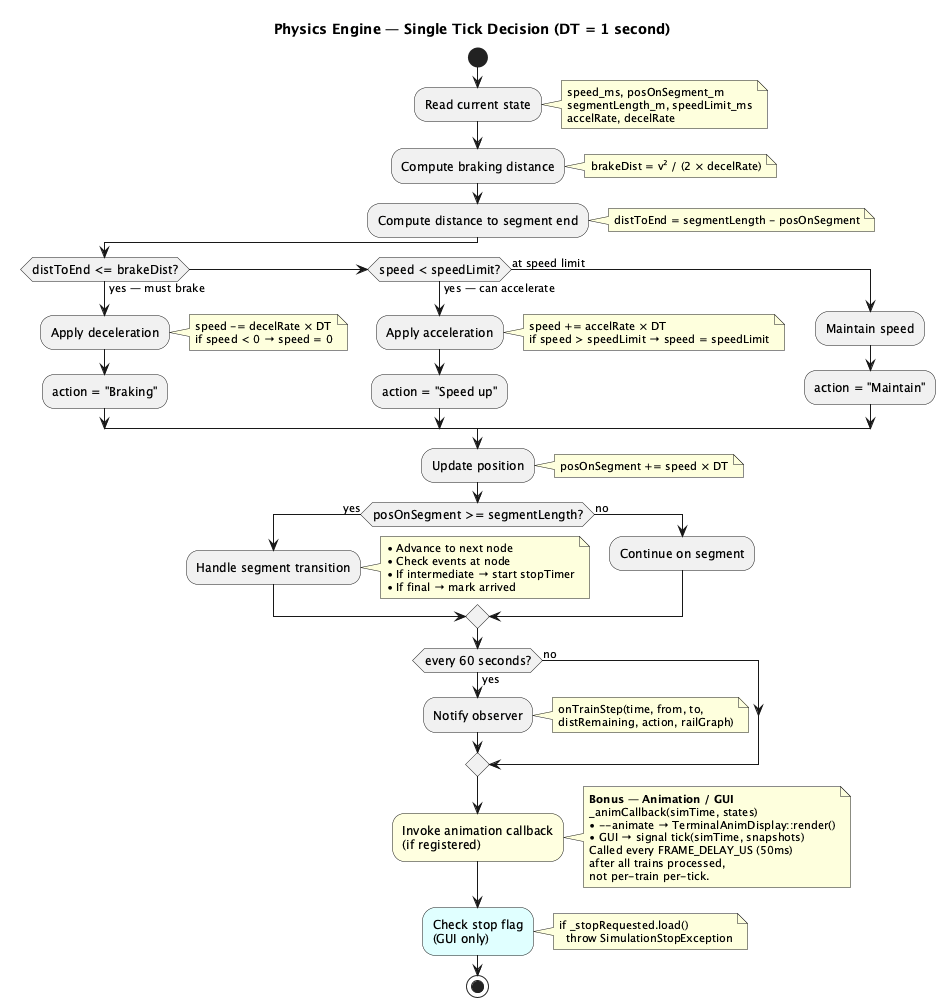
Before: docs/diagrams/activity_physics_tick.png, a diagram exported from PlantUML (abaiao-r/Module_05_Train_yourself).
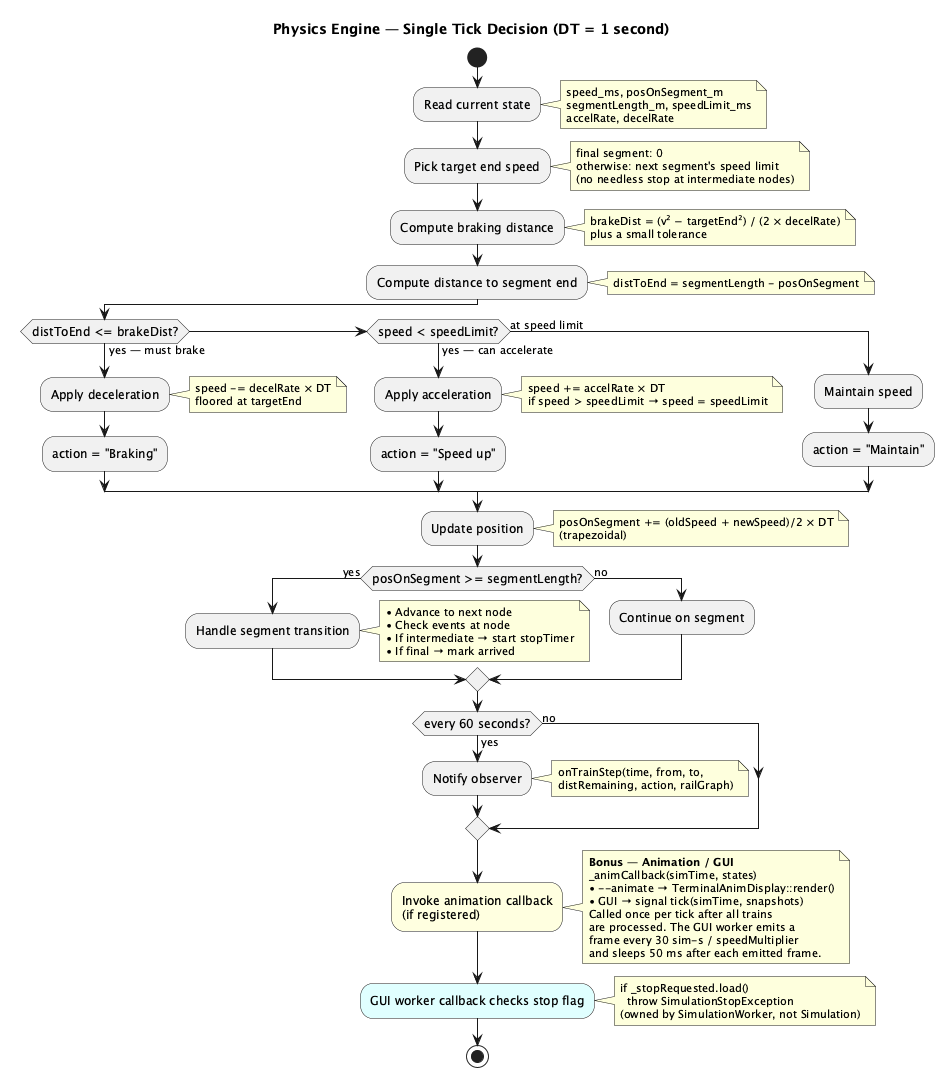
The same diagram one commit later.

What changed in the source:
```diff
@@ -15,9 +15,17 @@
   accelRate, decelRate
 end note
 
+:Pick target end speed;
+note right
+  final segment: 0
+  otherwise: next segment's speed limit
+  (no needless stop at intermediate nodes)
+end note
+
 :Compute braking distance;
 note right
-  brakeDist = v² / (2 × decelRate)
+  brakeDist = (v² − targetEnd²) / (2 × decelRate)
+  plus a small tolerance
 end note
 
 :Compute distance to segment end;
@@ -29,7 +37,7 @@
   :Apply deceleration;
   note right
     speed -= decelRate × DT
-    if speed < 0 → speed = 0
+    floored at targetEnd
   end note
   :action = "Braking";
 elseif (speed < speedLimit?) then (yes — can accelerate)
@@ -46,7 +54,8 @@
 
 :Update position;
 note right
-  posOnSegment += speed × DT
+  posOnSegment += (oldSpeed + newSpeed)/2 × DT
+  (trapezoidal)
 end note
 
 if (posOnSegment >= segmentLength?) then (yes)
@@ -76,15 +85,17 @@
   _animCallback(simTime, states)
   • --animate → TerminalAnimDisplay::render()
   • GUI → signal tick(simTime, snapshots)
-  Called every FRAME_DELAY_US (50ms)
-  after all trains processed,
-  not per-train per-tick.
+  Called once per tick after all trains
+  are processed. The GUI worker emits a
+  frame every 30 sim-s / speedMultiplier
+  and sleeps 50 ms after each emitted frame.
 end note
 
-#LightCyan:Check stop flag\n(GUI only);
+#LightCyan:GUI worker callback checks stop flag;
 note right
   if _stopRequested.load()
     throw SimulationStopException
+  (owned by SimulationWorker, not Simulation)
 end note
 
 stop
```
